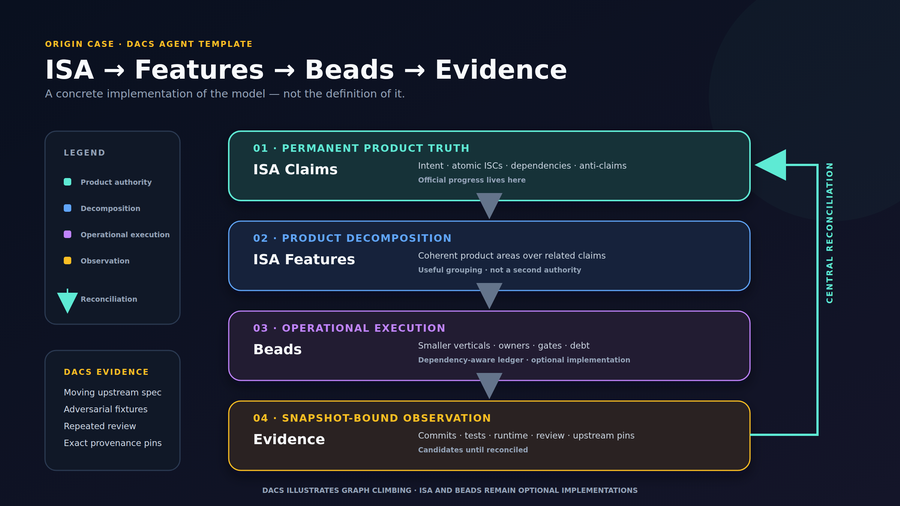
This is visuals/dacs-mapping.png from mj-deving/graph-climbing, a Mermaid export, as it was before one commit. Its source is kept beside it as visuals/dacs-mapping.mmd.
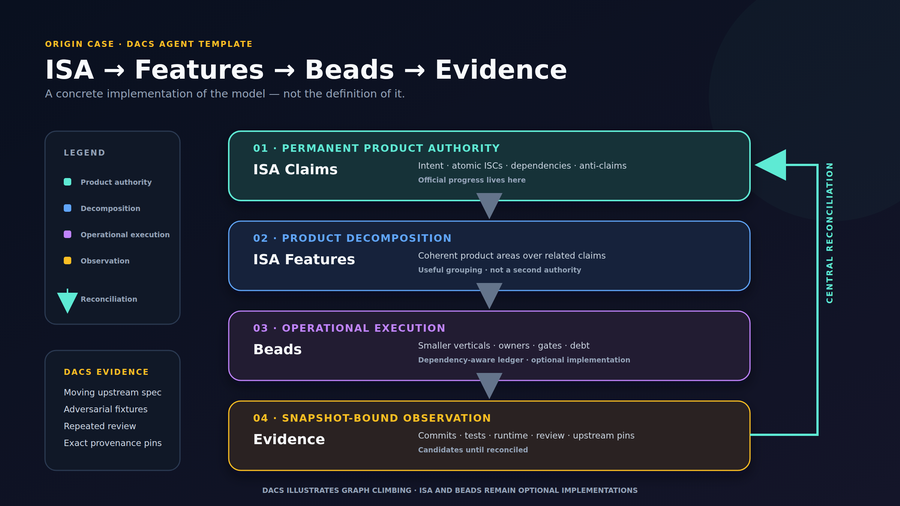
After the commit.

Commit message:
docs: align DACS visual authority terminology

Change to the diagram source:
```diff
@@ -1,5 +1,5 @@
 flowchart TB
-  I[ISA Claims\nproduct truth] --> F[ISA Features\nproduct decomposition]
+  I[ISA Claims\nproduct authority] --> F[ISA Features\nproduct decomposition]
   F --> B[Beads\nexecution verticals]
   B --> E[Evidence\nexact snapshots]
   E -->|reconcile| I
```
